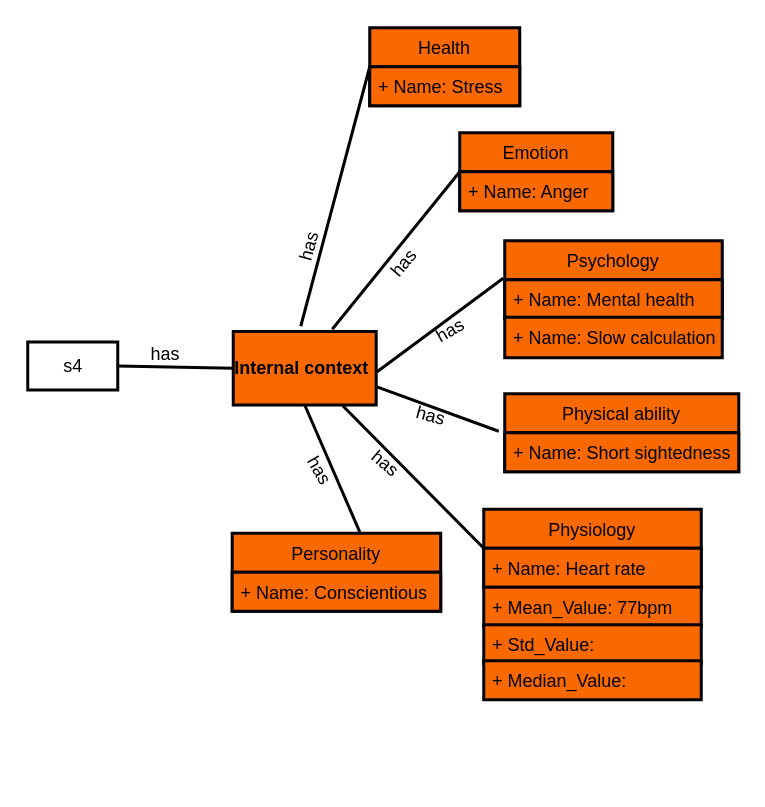
Before: um_article.drawio in oluwande/zmPDSwR, a draw.io diagram. Source tidied: cells renumbered, new cells numbered last; positions are measured from the earlier drawing's top-left corner, leaving out a move shared by most shapes. Both pictures are drawn from the tidied source at 150%, with x=0, y=0 at pixel (27, 27).
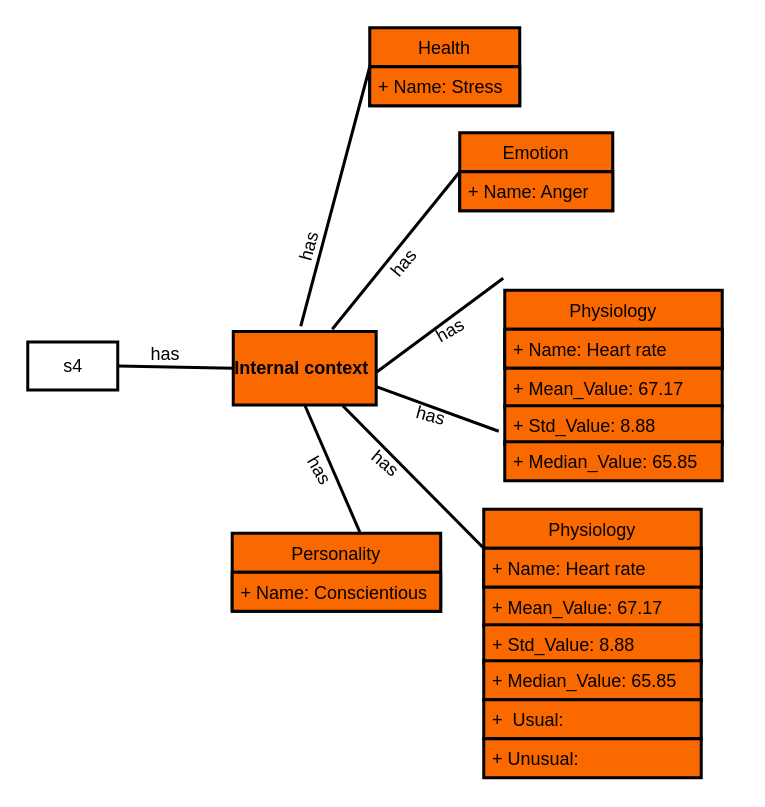
After the change.

What changed in the source:
```diff
@@
-    <mxCell id="3" value="Psychology" style="swimlane;fontStyle=0;align=center;verticalAlign=top;horizontal=1;startSize=26;fillColor=#fa6800;strokeColor=#000000;strokeWidth=2;fontColor=#000000;fontSize=12;" parent="1" vertex="1">
-      <mxGeometry x="318" y="142" width="145" height="52" as="geometry" />
-    </mxCell>
-    <mxCell id="4" value="+ Name: Mental health" style="text;strokeColor=#000000;fillColor=#fa6800;align=left;verticalAlign=top;spacingLeft=4;spacingRight=4;overflow=hidden;strokeWidth=2;fontColor=#000000;fontSize=12;" parent="3" vertex="1">
-      <mxGeometry y="26" width="145" height="26" as="geometry" />
-    </mxCell>
@@
-    <mxCell id="17" value="Physical ability" style="swimlane;fontStyle=0;align=center;verticalAlign=top;horizontal=1;startSize=26;fillColor=#FA6800;strokeColor=#000000;strokeWidth=2;fontColor=#000000;fontSize=12;" parent="1" vertex="1">
-      <mxGeometry x="318" y="244" width="156" height="52" as="geometry" />
-    </mxCell>
-    <mxCell id="18" value="+ Name: Short sightedness" style="text;strokeColor=#000000;fillColor=#FA6800;align=left;verticalAlign=top;spacingLeft=4;spacingRight=4;overflow=hidden;strokeWidth=2;fontColor=#000000;fontSize=12;" parent="17" vertex="1">
-      <mxGeometry y="26" width="156" height="26" as="geometry" />
-    </mxCell>
@@
-    <mxCell id="24" value="+ Name: Slow calculations" style="text;strokeColor=#000000;fillColor=#fa6800;align=left;verticalAlign=top;spacingLeft=4;spacingRight=4;overflow=hidden;strokeWidth=2;fontColor=#000000;fontSize=12;" parent="1" vertex="1">
-      <mxGeometry x="318" y="193" width="145" height="27" as="geometry" />
-    </mxCell>
@@
-    <mxCell id="29" value="+ Mean_Value: 77bpm" style="text;strokeColor=#000000;fillColor=#fa6800;align=left;verticalAlign=top;spacingLeft=4;spacingRight=4;overflow=hidden;strokeWidth=2;fontColor=#000000;fontSize=12;" parent="1" vertex="1">
+    <mxCell id="29" value="+ Mean_Value: 67.17" style="text;strokeColor=#000000;fillColor=#fa6800;align=left;verticalAlign=top;spacingLeft=4;spacingRight=4;overflow=hidden;strokeWidth=2;fontColor=#000000;fontSize=12;" parent="1" vertex="1">
       <mxGeometry x="304" y="373" width="145" height="26" as="geometry" />
     </mxCell>
-    <mxCell id="30" value="+ Std_Value:" style="text;strokeColor=#000000;fillColor=#fa6800;align=left;verticalAlign=top;spacingLeft=4;spacingRight=4;overflow=hidden;strokeWidth=2;fontColor=#000000;fontSize=12;" parent="1" vertex="1">
+    <mxCell id="30" value="+ Std_Value: 8.88" style="text;strokeColor=#000000;fillColor=#fa6800;align=left;verticalAlign=top;spacingLeft=4;spacingRight=4;overflow=hidden;strokeWidth=2;fontColor=#000000;fontSize=12;" parent="1" vertex="1">
       <mxGeometry x="304" y="398" width="145" height="26" as="geometry" />
     </mxCell>
-    <mxCell id="31" value="+ Median_Value:" style="text;strokeColor=#000000;fillColor=#fa6800;align=left;verticalAlign=top;spacingLeft=4;spacingRight=4;overflow=hidden;strokeWidth=2;fontColor=#000000;fontSize=12;" parent="1" vertex="1">
+    <mxCell id="31" value="+ Median_Value: 65.85" style="text;strokeColor=#000000;fillColor=#fa6800;align=left;verticalAlign=top;spacingLeft=4;spacingRight=4;overflow=hidden;strokeWidth=2;fontColor=#000000;fontSize=12;" parent="1" vertex="1">
       <mxGeometry x="304" y="422" width="145" height="26" as="geometry" />
     </mxCell>
@@
+    <mxCell id="34" value="Physiology" style="swimlane;fontStyle=0;align=center;verticalAlign=top;horizontal=1;startSize=26;fillColor=#fa6800;strokeColor=#000000;strokeWidth=2;fontColor=#000000;fontSize=12;" parent="1" vertex="1">
+      <mxGeometry x="318" y="175" width="145" height="52" as="geometry" />
+    </mxCell>
+    <mxCell id="35" value="+ Name: Heart rate" style="text;strokeColor=#000000;fillColor=#fa6800;align=left;verticalAlign=top;spacingLeft=4;spacingRight=4;overflow=hidden;strokeWidth=2;fontColor=#000000;fontSize=12;" parent="34" vertex="1">
+      <mxGeometry y="26" width="145" height="26" as="geometry" />
+    </mxCell>
+    <mxCell id="36" value="+ Mean_Value: 67.17" style="text;strokeColor=#000000;fillColor=#fa6800;align=left;verticalAlign=top;spacingLeft=4;spacingRight=4;overflow=hidden;strokeWidth=2;fontColor=#000000;fontSize=12;" parent="1" vertex="1">
+      <mxGeometry x="318" y="227" width="145" height="26" as="geometry" />
+    </mxCell>
+    <mxCell id="37" value="+ Std_Value: 8.88" style="text;strokeColor=#000000;fillColor=#fa6800;align=left;verticalAlign=top;spacingLeft=4;spacingRight=4;overflow=hidden;strokeWidth=2;fontColor=#000000;fontSize=12;" parent="1" vertex="1">
+      <mxGeometry x="318" y="252" width="145" height="26" as="geometry" />
+    </mxCell>
+    <mxCell id="38" value="+ Median_Value: 65.85" style="text;strokeColor=#000000;fillColor=#fa6800;align=left;verticalAlign=top;spacingLeft=4;spacingRight=4;overflow=hidden;strokeWidth=2;fontColor=#000000;fontSize=12;" parent="1" vertex="1">
+      <mxGeometry x="318" y="276" width="145" height="26" as="geometry" />
+    </mxCell>
+    <mxCell id="39" value="+  Usual:" style="text;strokeColor=#000000;fillColor=#fa6800;align=left;verticalAlign=top;spacingLeft=4;spacingRight=4;overflow=hidden;strokeWidth=2;fontColor=#000000;fontSize=12;" parent="1" vertex="1">
+      <mxGeometry x="304" y="448" width="145" height="26" as="geometry" />
+    </mxCell>
+    <mxCell id="40" value="+ Unusual:" style="text;strokeColor=#000000;fillColor=#fa6800;align=left;verticalAlign=top;spacingLeft=4;spacingRight=4;overflow=hidden;strokeWidth=2;fontColor=#000000;fontSize=12;" parent="1" vertex="1">
+      <mxGeometry x="304" y="474" width="145" height="26" as="geometry" />
+    </mxCell>
```
